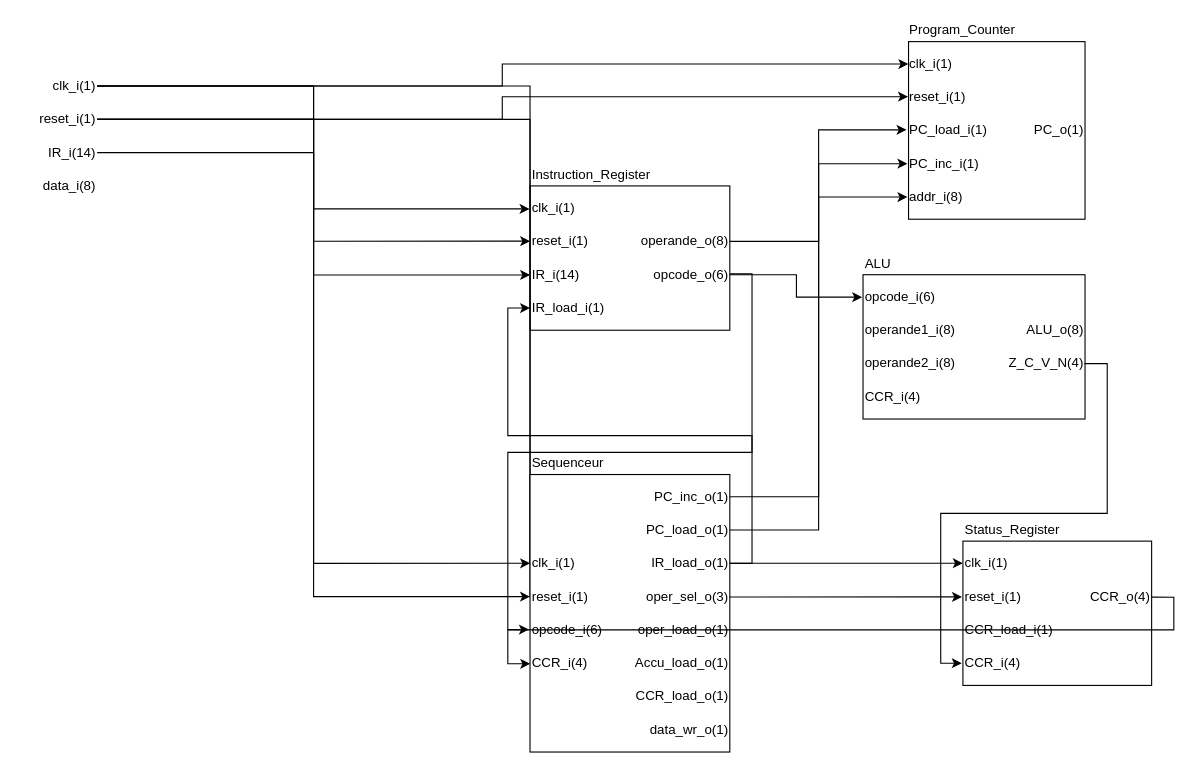
Above: _documents/schemas/nanoProcesseur.drawio in catabozan/sysnum-applique (draw.io), before the change. Source tidied: cells renumbered, new cells numbered last; positions are measured from the earlier drawing's top-left corner, leaving out a move shared by most shapes. Both pictures are drawn from the tidied source at 111%, with x=0, y=0 at pixel (19, 19).
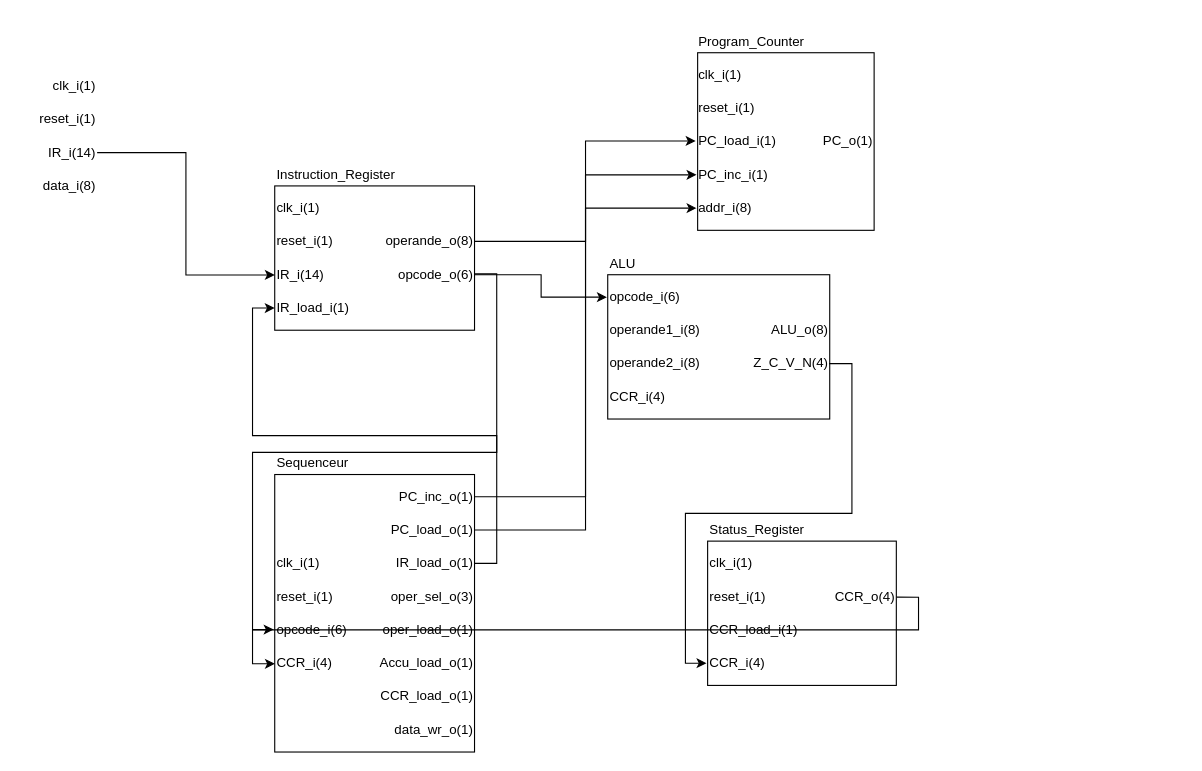
The same diagram, later.

The change refers to these unchanged cells:
```xml
<mxCell id="4" value="clk_i(1)" style="text;html=1;align=left;verticalAlign=middle;points=[];strokeColor=none;fillColor=none;" parent="2" vertex="1">
  <mxGeometry y="30" width="50" height="20" as="geometry" />
</mxCell>
<mxCell id="5" value="reset_i(1)" style="text;html=1;align=left;verticalAlign=middle;points=[];strokeColor=none;fillColor=none;" parent="2" vertex="1">
  <mxGeometry y="60" width="50" height="20" as="geometry" />
</mxCell>
<mxCell id="15" value="clk_i(1)" style="text;html=1;align=right;verticalAlign=middle;points=[];strokeColor=none;fillColor=none;" parent="1" vertex="1">
  <mxGeometry y="50" width="70" height="20" as="geometry" />
</mxCell>
<mxCell id="19" value="reset_i(1)" style="text;html=1;align=right;verticalAlign=middle;points=[];strokeColor=none;fillColor=none;" parent="1" vertex="1">
  <mxGeometry x="10" y="80" width="60" height="20" as="geometry" />
</mxCell>
<mxCell id="27" value="clk_i(1)" style="text;html=1;align=left;verticalAlign=middle;points=[];strokeColor=none;fillColor=none;" parent="25" vertex="1">
  <mxGeometry y="30" width="50" height="20" as="geometry" />
</mxCell>
<mxCell id="28" value="reset_i(1)" style="text;html=1;align=left;verticalAlign=middle;points=[];strokeColor=none;fillColor=none;" parent="25" vertex="1">
  <mxGeometry y="60" width="60" height="20" as="geometry" />
</mxCell>
<mxCell id="46" value="clk_i(1)" style="text;html=1;align=left;verticalAlign=middle;points=[];strokeColor=none;fillColor=none;" parent="44" vertex="1">
  <mxGeometry y="90" width="50" height="20" as="geometry" />
</mxCell>
<mxCell id="47" value="reset_i(1)" style="text;html=1;align=left;verticalAlign=middle;points=[];strokeColor=none;fillColor=none;" parent="44" vertex="1">
  <mxGeometry y="120" width="60" height="20" as="geometry" />
</mxCell>
<mxCell id="65" value="clk_i(1)" style="text;html=1;align=left;verticalAlign=middle;points=[];strokeColor=none;fillColor=none;" parent="63" vertex="1">
  <mxGeometry y="30" width="50" height="20" as="geometry" />
</mxCell>
<mxCell id="66" value="reset_i(1)" style="text;html=1;align=left;verticalAlign=middle;points=[];strokeColor=none;fillColor=none;" parent="63" vertex="1">
  <mxGeometry y="60" width="60" height="20" as="geometry" />
</mxCell>
```

The edit, as a diff of the source:
```diff
@@
     <mxCell id="2" style="group;" parent="1" vertex="1">
-      <mxGeometry x="460" y="130" width="180" height="150" as="geometry" />
+      <mxGeometry x="230" y="130" width="180" height="150" as="geometry" />
     </mxCell>
@@
-    <mxCell id="11" style="edgeStyle=orthogonalEdgeStyle;rounded=0;jettySize=auto;html=1;entryX=-0.008;entryY=0.536;entryDx=0;entryDy=0;entryPerimeter=0;" parent="1" edge="1" source="15" target="4">
-      <mxGeometry relative="1" as="geometry" />
-    </mxCell>
-    <mxCell id="12" style="edgeStyle=orthogonalEdgeStyle;rounded=0;jettySize=auto;html=1;entryX=0.017;entryY=0.51;entryDx=0;entryDy=0;entryPerimeter=0;" parent="1" edge="1" source="15" target="27">
-      <mxGeometry relative="1" as="geometry" />
-    </mxCell>
-    <mxCell id="13" style="edgeStyle=orthogonalEdgeStyle;rounded=0;jettySize=auto;html=1;entryX=0.002;entryY=0.499;entryDx=0;entryDy=0;entryPerimeter=0;" parent="1" edge="1" source="15" target="46">
-      <mxGeometry relative="1" as="geometry" />
-    </mxCell>
-    <mxCell id="14" style="edgeStyle=orthogonalEdgeStyle;rounded=0;jettySize=auto;html=1;entryX=-0.002;entryY=0.494;entryDx=0;entryDy=0;entryPerimeter=0;" parent="1" edge="1" source="15" target="65">
-      <mxGeometry relative="1" as="geometry" />
-    </mxCell>
@@
-    <mxCell id="16" style="edgeStyle=orthogonalEdgeStyle;rounded=0;jettySize=auto;html=1;entryX=0.009;entryY=0.482;entryDx=0;entryDy=0;entryPerimeter=0;" parent="1" edge="1" source="19" target="28">
-      <mxGeometry relative="1" as="geometry" />
-    </mxCell>
-    <mxCell id="17" style="edgeStyle=orthogonalEdgeStyle;rounded=0;jettySize=auto;html=1;entryX=0;entryY=0.5;entryDx=0;entryDy=0;entryPerimeter=0;" parent="1" edge="1" source="19" target="47">
-      <mxGeometry relative="1" as="geometry" />
-    </mxCell>
-    <mxCell id="18" style="edgeStyle=orthogonalEdgeStyle;rounded=0;jettySize=auto;html=1;entryX=-0.014;entryY=0.513;entryDx=0;entryDy=0;entryPerimeter=0;" parent="1" edge="1" source="19" target="66">
-      <mxGeometry relative="1" as="geometry" />
-    </mxCell>
@@
-    <mxCell id="23" style="edgeStyle=orthogonalEdgeStyle;rounded=0;jettySize=auto;html=1;entryX=0.002;entryY=0.488;entryDx=0;entryDy=0;entryPerimeter=0;" parent="1" edge="1" source="19" target="5">
-      <mxGeometry relative="1" as="geometry" />
-    </mxCell>
@@
     <mxCell id="25" style="group;" parent="1" vertex="1">
-      <mxGeometry x="800" width="160" height="180" as="geometry" />
+      <mxGeometry x="610" y="10" width="160" height="180" as="geometry" />
     </mxCell>
@@
     <mxCell id="34" style="group;" parent="1" vertex="1">
-      <mxGeometry x="760" y="210" width="200" height="150" as="geometry" />
+      <mxGeometry x="530" y="210" width="200" height="150" as="geometry" />
     </mxCell>
@@
     <mxCell id="44" style="group;" parent="1" vertex="1">
-      <mxGeometry x="460" y="390" width="180" height="270" as="geometry" />
+      <mxGeometry x="230" y="390" width="180" height="270" as="geometry" />
     </mxCell>
@@
     <mxCell id="63" style="group;" parent="1" vertex="1">
-      <mxGeometry x="850" y="450" width="170" height="150" as="geometry" />
+      <mxGeometry x="620" y="450" width="170" height="150" as="geometry" />
     </mxCell>
```
